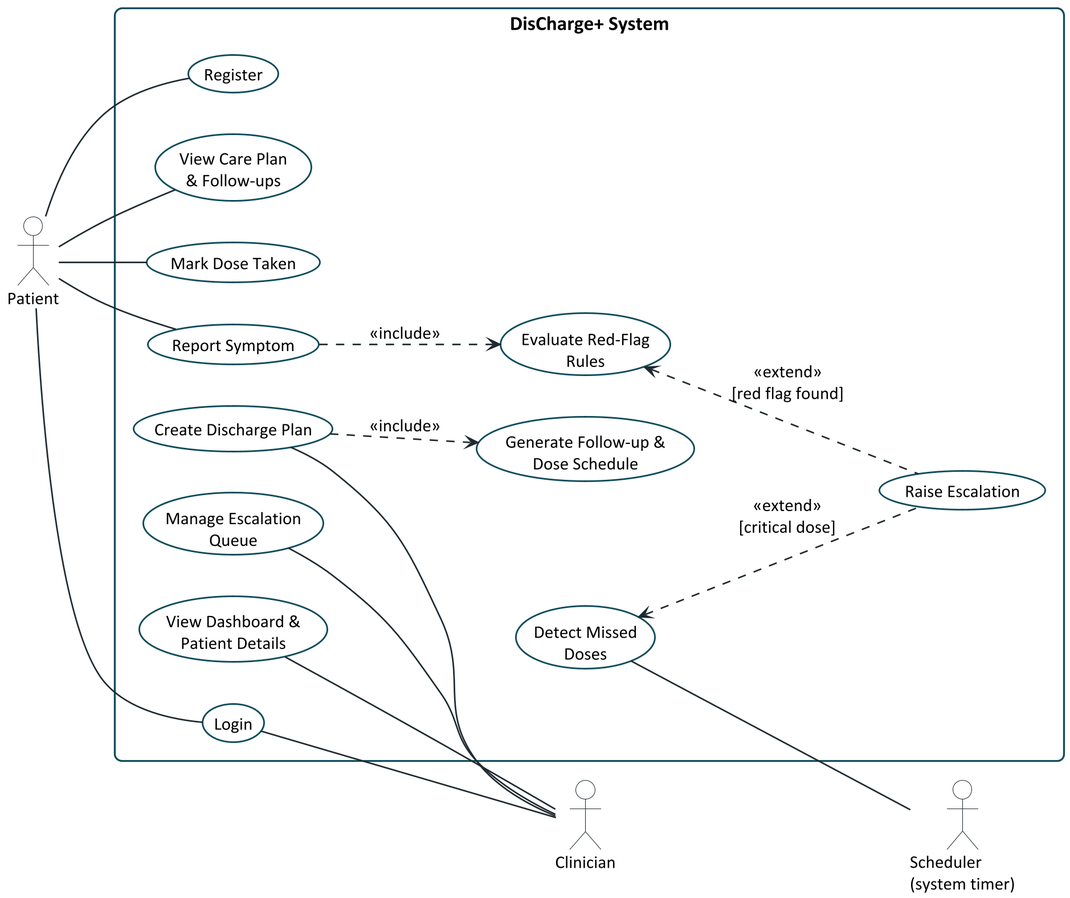
Above: docs/diagrams/usecase.png in vandit-cloud/DisCharge-Plus (PlantUML), before the change.
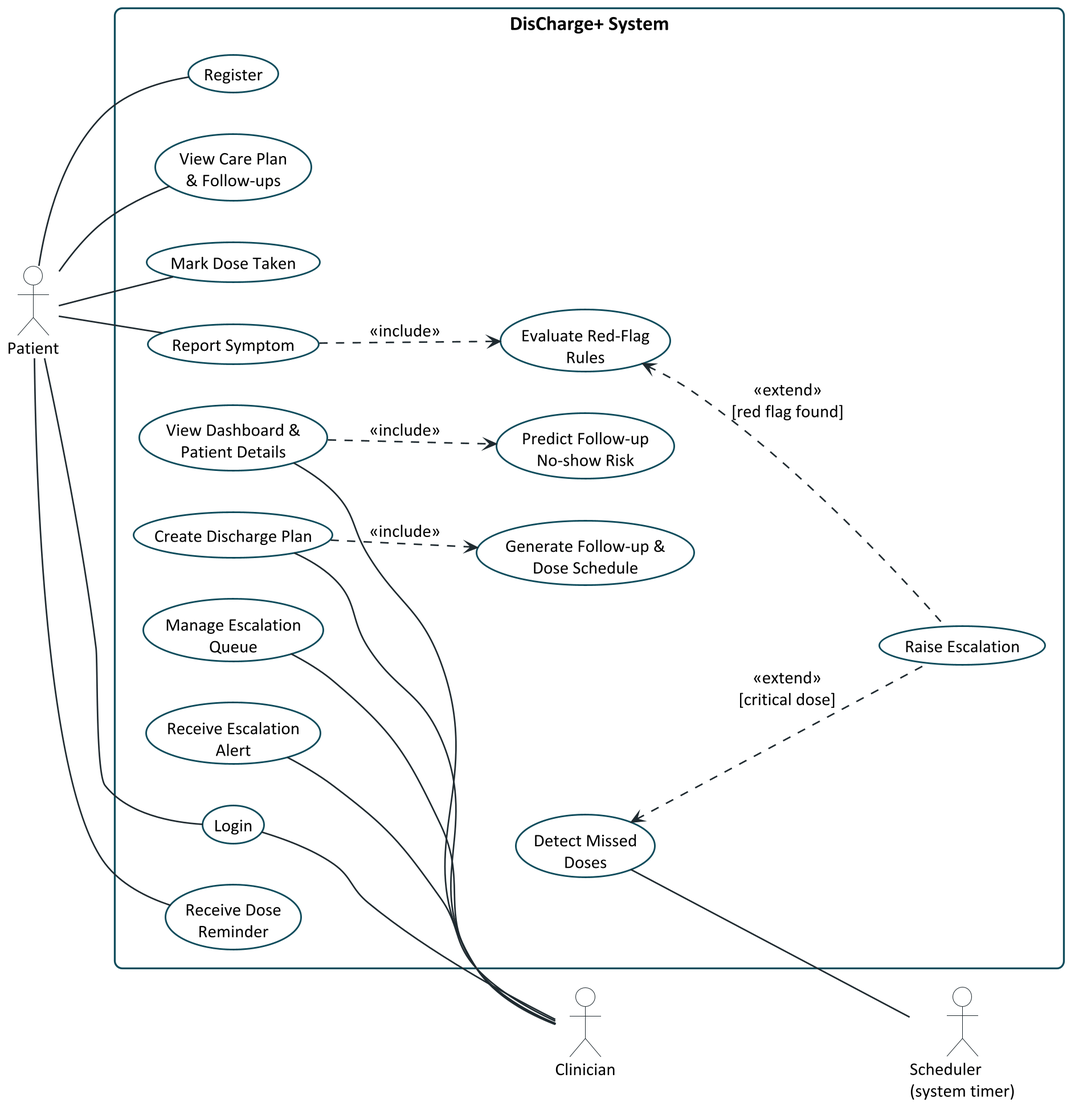
After the change.

What changed in the source:
```diff
@@ -33,6 +33,9 @@
   usecase "Generate Follow-up &\nDose Schedule" as UC10
   usecase "Raise Escalation" as UC7
   usecase "Detect Missed\nDoses" as UC8
+  usecase "Receive Dose\nReminder" as UC13
+  usecase "Predict Follow-up\nNo-show Risk" as UC14
+  usecase "Receive Escalation\nAlert" as UC15
 }
 
 Patient -- UC1
@@ -40,16 +43,19 @@
 Patient -- UC3
 Patient -- UC4
 Patient -- UC5
+Patient -- UC13
 
 UC2 -- Clinician
 UC9 -- Clinician
 UC11 -- Clinician
 UC12 -- Clinician
+UC15 -- Clinician
 
 UC8 -- Sched
 
 UC5 ..> UC6 : <<include>>
 UC9 ..> UC10 : <<include>>
+UC12 ..> UC14 : <<include>>
 UC7 .up.> UC6 : <<extend>>\n[red flag found]
 UC7 .up.> UC8 : <<extend>>\n[critical dose]
 @enduml
```
